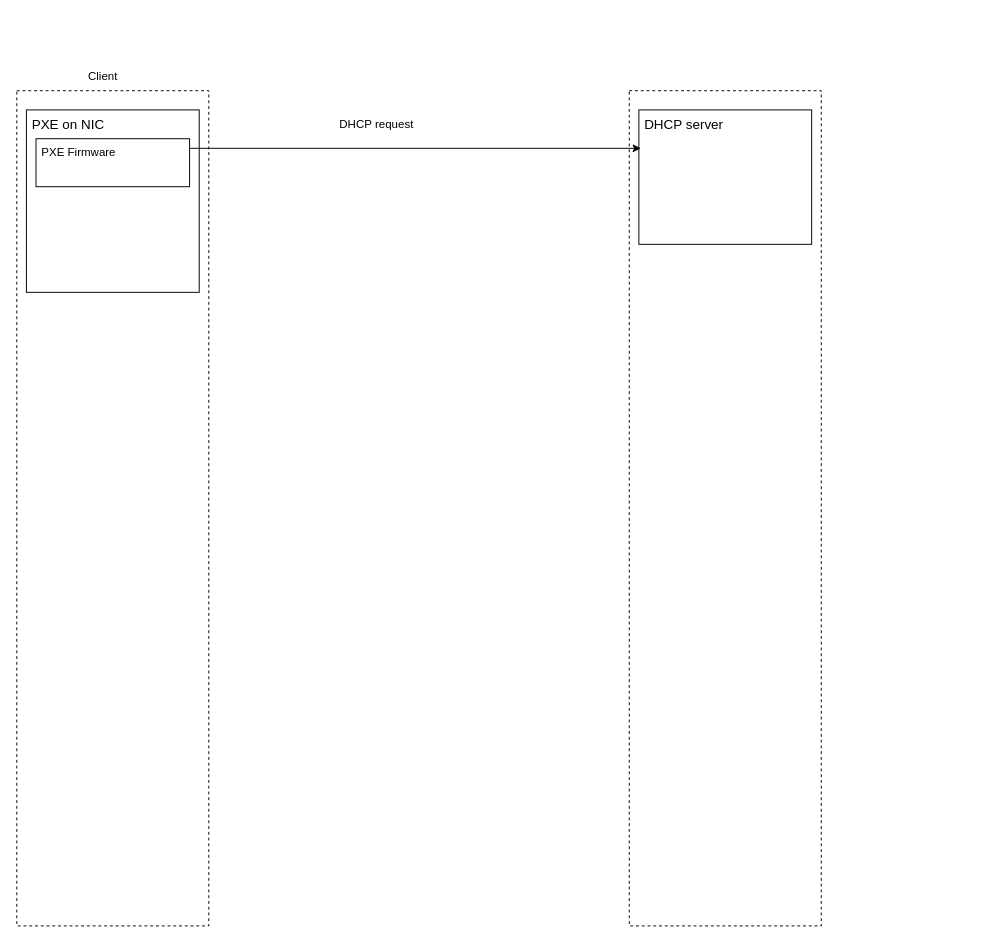
Above: 06_iPXE/img/Diagrams.drawio in hobby-labs/note2 (draw.io), before the change. Source tidied: cells renumbered, new cells numbered last; positions are measured from the earlier drawing's top-left corner, leaving out a move shared by most shapes. Both pictures are drawn from the tidied source at 96%, with x=0, y=0 at pixel (16, 61).
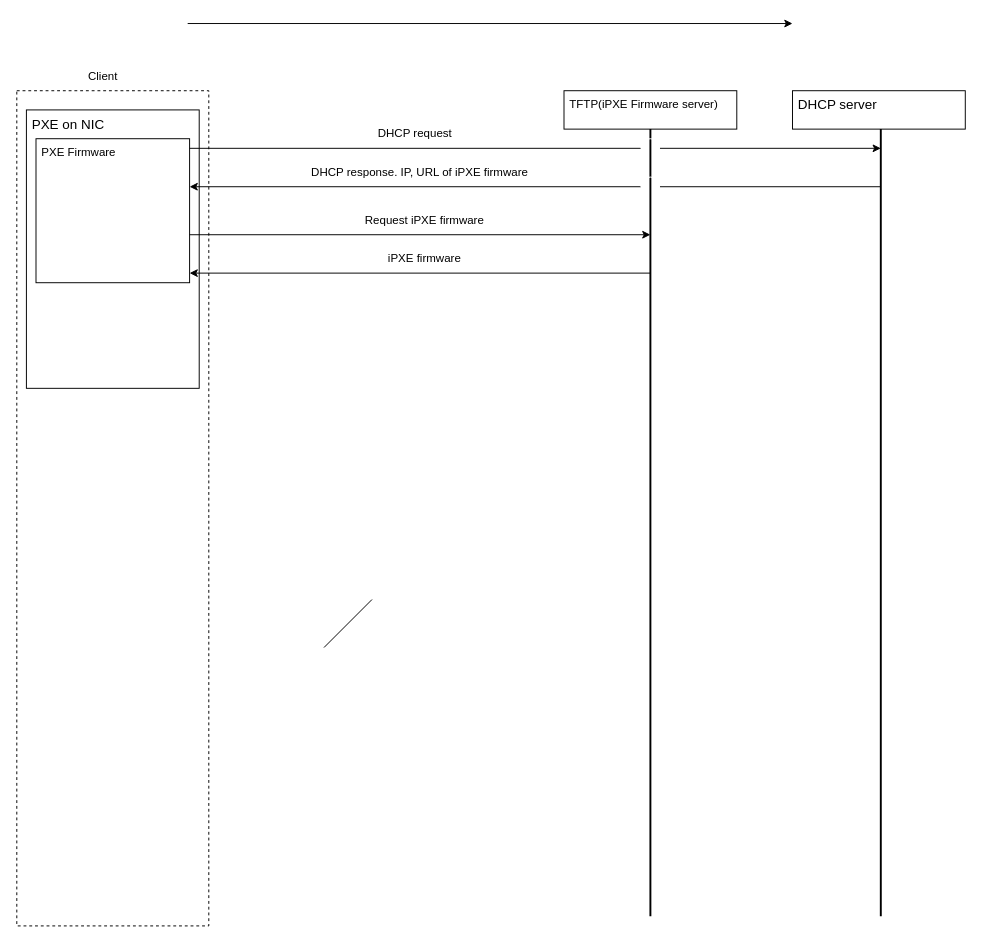
After the change.

The edit, as a diff of the source:
```diff
@@
-    <mxCell id="4" style="rounded=0;whiteSpace=wrap;html=1;dashed=1;" parent="1" vertex="1">
-      <mxGeometry x="638" y="30" width="200" height="870" as="geometry" />
-    </mxCell>
     <mxCell id="5" value="&lt;span style=&quot;font-size: 14px;&quot;&gt;DHCP server&lt;/span&gt;" style="rounded=0;whiteSpace=wrap;html=1;align=left;verticalAlign=top;spacingLeft=4;" parent="1" vertex="1">
-      <mxGeometry x="648" y="50" width="180" height="140" as="geometry" />
+      <mxGeometry x="808" y="30" width="180" height="40" as="geometry" />
     </mxCell>
     <mxCell id="6" value="&lt;span style=&quot;font-size: 14px;&quot;&gt;PXE on NIC&lt;br&gt;&lt;br&gt;&lt;/span&gt;" style="rounded=0;whiteSpace=wrap;html=1;align=left;verticalAlign=top;spacingLeft=4;" parent="1" vertex="1">
-      <mxGeometry x="10" y="50" width="180" height="190" as="geometry" />
+      <mxGeometry x="10" y="50" width="180" height="290" as="geometry" />
     </mxCell>
     <mxCell id="7" value="PXE Firmware" style="rounded=0;whiteSpace=wrap;html=1;align=left;verticalAlign=top;spacingLeft=4;" parent="1" vertex="1">
-      <mxGeometry x="20" y="80" width="160" height="50" as="geometry" />
+      <mxGeometry x="20" y="80" width="160" height="150" as="geometry" />
     </mxCell>
-    <mxCell id="8" style="endArrow=classic;html=1;rounded=0;" parent="1" edge="1">
+    <mxCell id="8" style="endArrow=none;html=1;rounded=0;endFill=0;" parent="1" edge="1">
       <mxGeometry relative="1" as="geometry">
         <mxPoint x="180" y="90" as="sourcePoint" />
         <mxPoint x="650" y="90" as="targetPoint" />
       </mxGeometry>
     </mxCell>
     <mxCell id="9" value="DHCP request" style="text;html=1;strokeColor=none;fillColor=none;align=center;verticalAlign=middle;whiteSpace=wrap;rounded=0;" parent="1" vertex="1">
-      <mxGeometry x="320" y="50" width="110" height="30" as="geometry" />
+      <mxGeometry x="360" y="60" width="110" height="30" as="geometry" />
     </mxCell>
+    <mxCell id="10" style="endArrow=classic;html=1;rounded=0;" parent="1" edge="1">
+      <mxGeometry relative="1" as="geometry">
+        <mxPoint x="650" y="130" as="sourcePoint" />
+        <mxPoint x="180" y="130" as="targetPoint" />
+      </mxGeometry>
+    </mxCell>
+    <mxCell id="11" value="DHCP response. IP, URL of iPXE firmware" style="text;html=1;strokeColor=none;fillColor=none;align=center;verticalAlign=middle;whiteSpace=wrap;rounded=0;" parent="1" vertex="1">
+      <mxGeometry x="300" y="100" width="240" height="30" as="geometry" />
+    </mxCell>
+    <mxCell id="12" style="endArrow=classic;html=1;rounded=0;" parent="1" edge="1">
+      <mxGeometry relative="1" as="geometry">
+        <mxPoint x="178" y="-40" as="sourcePoint" />
+        <mxPoint x="808" y="-40" as="targetPoint" />
+      </mxGeometry>
+    </mxCell>
+    <mxCell id="13" value="TFTP(iPXE Firmware server)" style="rounded=0;whiteSpace=wrap;html=1;align=left;verticalAlign=top;spacingLeft=4;" parent="1" vertex="1">
+      <mxGeometry x="570" y="30" width="180" height="40" as="geometry" />
+    </mxCell>
+    <mxCell id="14" style="endArrow=none;html=1;rounded=0;entryX=0.5;entryY=1;entryDx=0;entryDy=0;fontSize=11;strokeWidth=2;" parent="1" edge="1" target="13">
+      <mxGeometry relative="1" as="geometry">
+        <mxPoint x="660" y="890" as="sourcePoint" />
+      </mxGeometry>
+    </mxCell>
+    <mxCell id="15" style="endArrow=none;html=1;rounded=0;entryX=0.5;entryY=1;entryDx=0;entryDy=0;fontSize=11;strokeWidth=2;" parent="1" edge="1">
+      <mxGeometry relative="1" as="geometry">
+        <mxPoint x="900" y="890" as="sourcePoint" />
+        <mxPoint x="900" y="70" as="targetPoint" />
+      </mxGeometry>
+    </mxCell>
+    <mxCell id="16" style="endArrow=none;html=1;rounded=0;" parent="1" edge="1">
+      <mxGeometry relative="1" as="geometry">
+        <mxPoint x="320" y="610" as="sourcePoint" />
+        <mxPoint x="370" y="560" as="targetPoint" />
+      </mxGeometry>
+    </mxCell>
+    <mxCell id="17" style="curved=1;endArrow=none;html=1;rounded=0;strokeColor=#FFFFFF;endFill=0;" parent="1" edge="1">
+      <mxGeometry relative="1" as="geometry">
+        <mxPoint x="670" y="90" as="sourcePoint" />
+        <mxPoint x="650" y="90" as="targetPoint" />
+        <Array as="points">
+          <mxPoint x="670" y="80" />
+          <mxPoint x="650" y="80" />
+        </Array>
+      </mxGeometry>
+    </mxCell>
+    <mxCell id="18" style="endArrow=classic;html=1;rounded=0;endFill=1;" parent="1" edge="1">
+      <mxGeometry relative="1" as="geometry">
+        <mxPoint x="670" y="90" as="sourcePoint" />
+        <mxPoint x="900" y="90" as="targetPoint" />
+      </mxGeometry>
+    </mxCell>
+    <mxCell id="19" style="curved=1;endArrow=none;html=1;rounded=0;strokeColor=#FFFFFF;endFill=0;" parent="1" edge="1">
+      <mxGeometry relative="1" as="geometry">
+        <mxPoint x="670" y="130" as="sourcePoint" />
+        <mxPoint x="650" y="130" as="targetPoint" />
+        <Array as="points">
+          <mxPoint x="670" y="120" />
+          <mxPoint x="650" y="120" />
+        </Array>
+      </mxGeometry>
+    </mxCell>
+    <mxCell id="20" style="endArrow=none;html=1;rounded=0;endFill=0;" parent="1" edge="1">
+      <mxGeometry relative="1" as="geometry">
+        <mxPoint x="670" y="130" as="sourcePoint" />
+        <mxPoint x="900" y="130" as="targetPoint" />
+      </mxGeometry>
+    </mxCell>
+    <mxCell id="21" style="endArrow=classic;html=1;rounded=0;endFill=1;" parent="1" edge="1">
+      <mxGeometry relative="1" as="geometry">
+        <mxPoint x="180" y="180" as="sourcePoint" />
+        <mxPoint x="660" y="180" as="targetPoint" />
+      </mxGeometry>
+    </mxCell>
+    <mxCell id="22" value="Request iPXE firmware" style="text;html=1;strokeColor=none;fillColor=none;align=center;verticalAlign=middle;whiteSpace=wrap;rounded=0;" parent="1" vertex="1">
+      <mxGeometry x="350" y="150" width="150" height="30" as="geometry" />
+    </mxCell>
+    <mxCell id="23" style="endArrow=classic;html=1;rounded=0;" parent="1" edge="1">
+      <mxGeometry relative="1" as="geometry">
+        <mxPoint x="660" y="220" as="sourcePoint" />
+        <mxPoint x="180" y="220" as="targetPoint" />
+      </mxGeometry>
+    </mxCell>
+    <mxCell id="24" value="iPXE firmware" style="text;html=1;strokeColor=none;fillColor=none;align=center;verticalAlign=middle;whiteSpace=wrap;rounded=0;" parent="1" vertex="1">
+      <mxGeometry x="350" y="190" width="150" height="30" as="geometry" />
+    </mxCell>
```
